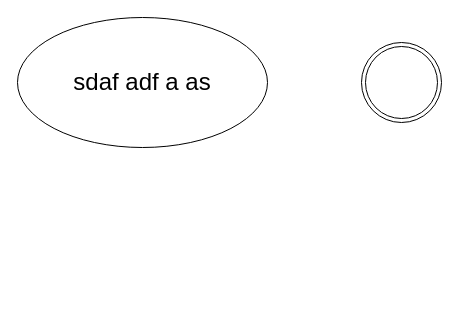
The draw.io diagram page "第 1 页" (1 of 2) of 未命名绘图.drawio in jetmeng/LearnGo, before the edit. Source tidied: cells renumbered, new cells numbered last; positions are measured from the earlier drawing's top-left corner, leaving out a move shared by most shapes. Both pictures are drawn from the tidied source at 100%, with x=0, y=0 at pixel (17, 17).
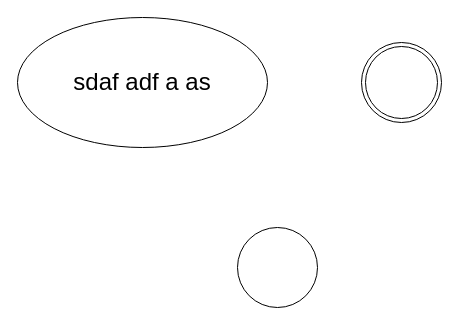
The same diagram, later.

Commit message:
更新未命名绘图.drawio

The edit, as a diff of the source:
```diff
@@
 <mxGraphModel>
   <root>
     <mxCell id="0" />
     <mxCell id="1" parent="0" />
     <mxCell id="2" value="&lt;font style=&quot;font-size: 24px;&quot;&gt;sdaf adf a as&lt;/font&gt;" style="ellipse;whiteSpace=wrap;html=1;" parent="1" vertex="1">
       <mxGeometry width="250" height="130" as="geometry" />
     </mxCell>
     <mxCell id="3" style="ellipse;shape=doubleEllipse;whiteSpace=wrap;html=1;" parent="1" vertex="1">
       <mxGeometry x="344" y="25" width="80" height="80" as="geometry" />
     </mxCell>
+    <mxCell id="4" style="ellipse;whiteSpace=wrap;html=1;fontSize=16;" parent="1" vertex="1">
+      <mxGeometry x="220" y="210" width="80" height="80" as="geometry" />
+    </mxCell>
   </root>
 </mxGraphModel>
```
